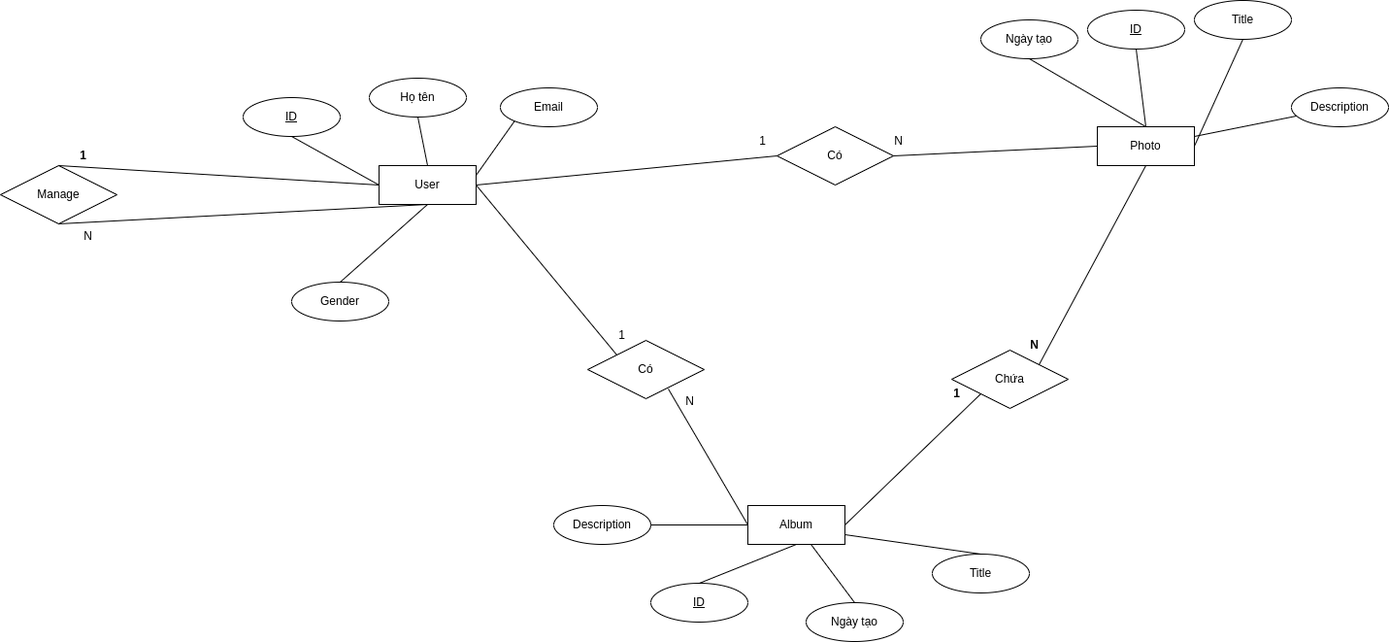
tanducCS/Foto_book keeps this draw.io diagram as ERD.png. Above is the earlier version. Source tidied: cells renumbered, new cells last; positions are measured from the earlier drawing's top-left corner, leaving out a move shared by most shapes.
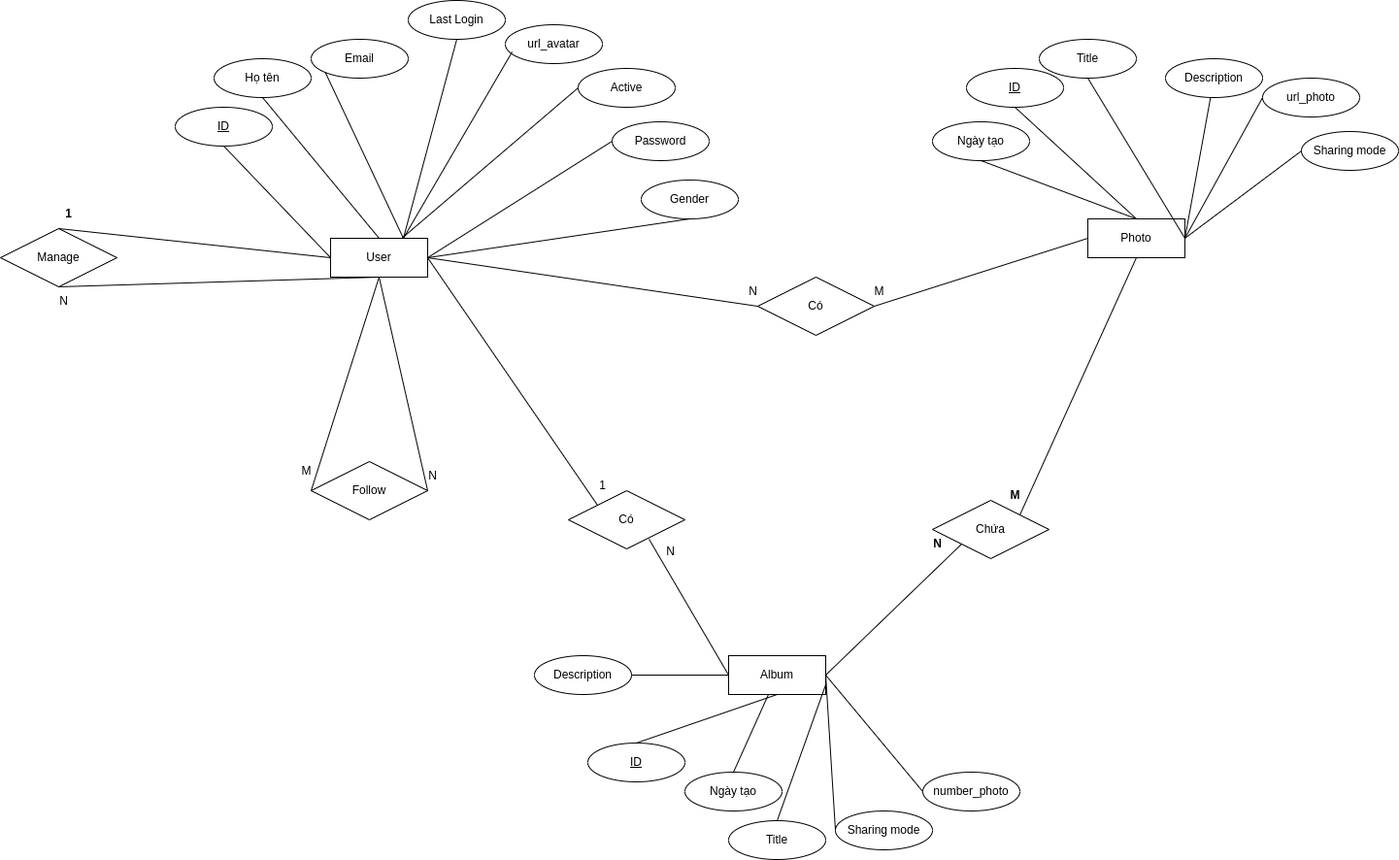
The same file after the commit.

The edit, as a diff of the source:
```diff
@@ -3,19 +3,19 @@
     <mxCell id="0" />
     <mxCell id="1" parent="0" />
     <mxCell id="2" value="&lt;u&gt;ID&lt;/u&gt;" style="ellipse;whiteSpace=wrap;html=1;align=center;" parent="1" vertex="1">
-      <mxGeometry x="250" y="100" width="100" height="40" as="geometry" />
+      <mxGeometry x="200" y="-45" width="100" height="40" as="geometry" />
     </mxCell>
     <mxCell id="3" value="User" style="whiteSpace=wrap;html=1;align=center;" parent="1" vertex="1">
-      <mxGeometry x="390" y="170" width="100" height="40" as="geometry" />
+      <mxGeometry x="360" y="90" width="100" height="40" as="geometry" />
     </mxCell>
     <mxCell id="4" value="Photo" style="whiteSpace=wrap;html=1;align=center;" parent="1" vertex="1">
-      <mxGeometry x="1130" y="130" width="100" height="40" as="geometry" />
+      <mxGeometry x="1140" y="70" width="100" height="40" as="geometry" />
     </mxCell>
     <mxCell id="5" value="Album" style="whiteSpace=wrap;html=1;align=center;" parent="1" vertex="1">
       <mxGeometry x="770" y="520" width="100" height="40" as="geometry" />
     </mxCell>
     <mxCell id="6" value="Họ tên" style="ellipse;whiteSpace=wrap;html=1;align=center;" parent="1" vertex="1">
-      <mxGeometry x="380" y="80" width="100" height="40" as="geometry" />
+      <mxGeometry x="240" y="-95" width="100" height="40" as="geometry" />
     </mxCell>
     <mxCell id="7" value="Có" style="shape=rhombus;perimeter=rhombusPerimeter;whiteSpace=wrap;html=1;align=center;" parent="1" vertex="1">
       <mxGeometry x="800" y="130" width="120" height="60" as="geometry" />
@@ -50,20 +50,20 @@
     <mxCell id="17" value="N" style="text;html=1;align=center;verticalAlign=middle;strokeColor=none;fillColor=none;" parent="1" vertex="1">
       <mxGeometry x="695" y="398" width="30" height="30" as="geometry" />
     </mxCell>
-    <mxCell id="18" value="1" style="text;html=1;align=center;verticalAlign=middle;strokeColor=none;fillColor=none;fontStyle=1;" parent="1" vertex="1">
+    <mxCell id="18" value="N" style="text;html=1;align=center;verticalAlign=middle;strokeColor=none;fillColor=none;fontStyle=1;" parent="1" vertex="1">
       <mxGeometry x="970" y="390" width="30" height="30" as="geometry" />
     </mxCell>
-    <mxCell id="19" value="1" style="text;html=1;align=center;verticalAlign=middle;strokeColor=none;fillColor=none;" parent="1" vertex="1">
-      <mxGeometry x="770" y="130" width="30" height="30" as="geometry" />
+    <mxCell id="19" value="M" style="text;html=1;align=center;verticalAlign=middle;strokeColor=none;fillColor=none;" parent="1" vertex="1">
+      <mxGeometry x="910" y="130" width="30" height="30" as="geometry" />
     </mxCell>
-    <mxCell id="20" value="N" style="text;html=1;align=center;verticalAlign=middle;strokeColor=none;fillColor=none;fontStyle=1;" parent="1" vertex="1">
+    <mxCell id="20" value="M" style="text;html=1;align=center;verticalAlign=middle;strokeColor=none;fillColor=none;fontStyle=1;" parent="1" vertex="1">
       <mxGeometry x="1050" y="340" width="30" height="30" as="geometry" />
     </mxCell>
     <mxCell id="21" value="N" style="text;html=1;align=center;verticalAlign=middle;strokeColor=none;fillColor=none;" parent="1" vertex="1">
-      <mxGeometry x="910" y="130" width="30" height="30" as="geometry" />
+      <mxGeometry x="780" y="130" width="30" height="30" as="geometry" />
     </mxCell>
     <mxCell id="22" value="Email" style="ellipse;whiteSpace=wrap;html=1;align=center;" parent="1" vertex="1">
-      <mxGeometry x="515" y="90" width="100" height="40" as="geometry" />
+      <mxGeometry x="340" y="-115" width="100" height="40" as="geometry" />
     </mxCell>
     <mxCell id="23" style="endArrow=none;html=1;rounded=0;exitX=0.5;exitY=1;exitDx=0;exitDy=0;entryX=0;entryY=0.5;entryDx=0;entryDy=0;" parent="1" edge="1" source="2" target="3">
       <mxGeometry relative="1" as="geometry" />
@@ -71,14 +71,14 @@
     <mxCell id="24" style="endArrow=none;html=1;rounded=0;exitX=0.5;exitY=1;exitDx=0;exitDy=0;entryX=0.5;entryY=0;entryDx=0;entryDy=0;" parent="1" edge="1" source="6" target="3">
       <mxGeometry relative="1" as="geometry" />
     </mxCell>
-    <mxCell id="25" style="endArrow=none;html=1;rounded=0;exitX=0;exitY=1;exitDx=0;exitDy=0;entryX=1;entryY=0.25;entryDx=0;entryDy=0;" parent="1" edge="1" source="22" target="3">
+    <mxCell id="25" style="endArrow=none;html=1;rounded=0;exitX=0;exitY=1;exitDx=0;exitDy=0;entryX=0.75;entryY=0;entryDx=0;entryDy=0;" parent="1" edge="1" source="22" target="3">
       <mxGeometry relative="1" as="geometry" />
     </mxCell>
     <mxCell id="26" value="&lt;u&gt;ID&lt;/u&gt;" style="ellipse;whiteSpace=wrap;html=1;align=center;" parent="1" vertex="1">
-      <mxGeometry x="1120" y="10" width="100" height="40" as="geometry" />
+      <mxGeometry x="1015" y="-85" width="100" height="40" as="geometry" />
     </mxCell>
     <mxCell id="27" value="&lt;u&gt;ID&lt;/u&gt;" style="ellipse;whiteSpace=wrap;html=1;align=center;" parent="1" vertex="1">
-      <mxGeometry x="670" y="600" width="100" height="40" as="geometry" />
+      <mxGeometry x="625" y="610" width="100" height="40" as="geometry" />
     </mxCell>
     <mxCell id="28" style="endArrow=none;html=1;rounded=0;exitX=0.5;exitY=0;exitDx=0;exitDy=0;entryX=0.5;entryY=1;entryDx=0;entryDy=0;" parent="1" edge="1" source="27" target="5">
       <mxGeometry relative="1" as="geometry" />
@@ -87,7 +87,7 @@
       <mxGeometry relative="1" as="geometry" />
     </mxCell>
     <mxCell id="30" value="Manage" style="shape=rhombus;perimeter=rhombusPerimeter;whiteSpace=wrap;html=1;align=center;" parent="1" vertex="1">
-      <mxGeometry y="170" width="120" height="60" as="geometry" />
+      <mxGeometry x="20" y="80" width="120" height="60" as="geometry" />
     </mxCell>
     <mxCell id="31" style="endArrow=none;html=1;rounded=0;exitX=0;exitY=0.5;exitDx=0;exitDy=0;entryX=0.5;entryY=0;entryDx=0;entryDy=0;" parent="1" edge="1" source="3" target="30">
       <mxGeometry relative="1" as="geometry" />
@@ -96,13 +96,13 @@
       <mxGeometry relative="1" as="geometry" />
     </mxCell>
     <mxCell id="33" value="1" style="text;html=1;align=center;verticalAlign=middle;strokeColor=none;fillColor=none;fontStyle=1;" parent="1" vertex="1">
-      <mxGeometry x="70" y="145" width="30" height="30" as="geometry" />
+      <mxGeometry x="75" y="50" width="30" height="30" as="geometry" />
     </mxCell>
     <mxCell id="34" value="Ngày tạo" style="ellipse;whiteSpace=wrap;html=1;align=center;" parent="1" vertex="1">
-      <mxGeometry x="1010" y="20" width="100" height="40" as="geometry" />
+      <mxGeometry x="980" y="-30" width="100" height="40" as="geometry" />
     </mxCell>
     <mxCell id="35" value="Ngày tạo" style="ellipse;whiteSpace=wrap;html=1;align=center;" parent="1" vertex="1">
-      <mxGeometry x="830" y="620" width="100" height="40" as="geometry" />
+      <mxGeometry x="725" y="640" width="100" height="40" as="geometry" />
     </mxCell>
     <mxCell id="36" style="endArrow=none;html=1;rounded=0;exitX=0.5;exitY=0;exitDx=0;exitDy=0;" parent="1" edge="1" source="35" target="5">
       <mxGeometry relative="1" as="geometry" />
@@ -111,16 +111,16 @@
       <mxGeometry relative="1" as="geometry" />
     </mxCell>
     <mxCell id="38" value="Gender" style="ellipse;whiteSpace=wrap;html=1;align=center;" parent="1" vertex="1">
-      <mxGeometry x="300" y="290" width="100" height="40" as="geometry" />
+      <mxGeometry x="680" y="30" width="100" height="40" as="geometry" />
     </mxCell>
-    <mxCell id="39" style="endArrow=none;html=1;rounded=0;exitX=0.5;exitY=0;exitDx=0;exitDy=0;entryX=0.5;entryY=1;entryDx=0;entryDy=0;" parent="1" edge="1" source="38" target="3">
+    <mxCell id="39" style="endArrow=none;html=1;rounded=0;exitX=0.5;exitY=1;exitDx=0;exitDy=0;entryX=1;entryY=0.5;entryDx=0;entryDy=0;" parent="1" edge="1" source="38" target="3">
       <mxGeometry relative="1" as="geometry" />
     </mxCell>
     <mxCell id="40" value="Title" style="ellipse;whiteSpace=wrap;html=1;align=center;" parent="1" vertex="1">
-      <mxGeometry x="960" y="570" width="100" height="40" as="geometry" />
+      <mxGeometry x="770" y="690" width="100" height="40" as="geometry" />
     </mxCell>
     <mxCell id="41" value="Title" style="ellipse;whiteSpace=wrap;html=1;align=center;" parent="1" vertex="1">
-      <mxGeometry x="1230" width="100" height="40" as="geometry" />
+      <mxGeometry x="1090" y="-115" width="100" height="40" as="geometry" />
     </mxCell>
     <mxCell id="42" style="endArrow=none;html=1;rounded=0;exitX=1;exitY=0.75;exitDx=0;exitDy=0;entryX=0.5;entryY=0;entryDx=0;entryDy=0;" parent="1" edge="1" source="5" target="40">
       <mxGeometry relative="1" as="geometry" />
@@ -129,7 +129,7 @@
       <mxGeometry relative="1" as="geometry" />
     </mxCell>
     <mxCell id="44" value="Description" style="ellipse;whiteSpace=wrap;html=1;align=center;" parent="1" vertex="1">
-      <mxGeometry x="1330" y="90" width="100" height="40" as="geometry" />
+      <mxGeometry x="1220" y="-95" width="100" height="40" as="geometry" />
     </mxCell>
     <mxCell id="45" value="Description" style="ellipse;whiteSpace=wrap;html=1;align=center;" parent="1" vertex="1">
       <mxGeometry x="570" y="520" width="100" height="40" as="geometry" />
@@ -137,11 +137,76 @@
     <mxCell id="46" style="endArrow=none;html=1;rounded=0;exitX=1;exitY=0.5;exitDx=0;exitDy=0;entryX=0;entryY=0.5;entryDx=0;entryDy=0;" parent="1" edge="1" source="45" target="5">
       <mxGeometry relative="1" as="geometry" />
     </mxCell>
-    <mxCell id="47" style="endArrow=none;html=1;rounded=0;" parent="1" edge="1" source="4" target="44">
+    <mxCell id="47" style="endArrow=none;html=1;rounded=0;exitX=1;exitY=0.5;exitDx=0;exitDy=0;" parent="1" edge="1" source="4" target="44">
       <mxGeometry relative="1" as="geometry" />
     </mxCell>
     <mxCell id="48" value="N" style="text;html=1;align=center;verticalAlign=middle;strokeColor=none;fillColor=none;" parent="1" vertex="1">
-      <mxGeometry x="75" y="228" width="30" height="30" as="geometry" />
+      <mxGeometry x="70" y="140" width="30" height="30" as="geometry" />
     </mxCell>
+    <mxCell id="49" value="Last Login" style="ellipse;whiteSpace=wrap;html=1;align=center;" parent="1" vertex="1">
+      <mxGeometry x="440" y="-155" width="100" height="40" as="geometry" />
+    </mxCell>
+    <mxCell id="50" style="endArrow=none;html=1;rounded=0;exitX=0.5;exitY=1;exitDx=0;exitDy=0;entryX=0.75;entryY=0;entryDx=0;entryDy=0;" parent="1" edge="1" source="49" target="3">
+      <mxGeometry relative="1" as="geometry" />
+    </mxCell>
+    <mxCell id="51" value="url_avatar" style="ellipse;whiteSpace=wrap;html=1;align=center;" parent="1" vertex="1">
+      <mxGeometry x="540" y="-130" width="100" height="40" as="geometry" />
+    </mxCell>
+    <mxCell id="52" style="endArrow=none;html=1;rounded=0;exitX=0.07;exitY=0.7;exitDx=0;exitDy=0;exitPerimeter=0;entryX=0.75;entryY=0;entryDx=0;entryDy=0;" parent="1" edge="1" source="51" target="3">
+      <mxGeometry relative="1" as="geometry" />
+    </mxCell>
+    <mxCell id="53" value="url_photo" style="ellipse;whiteSpace=wrap;html=1;align=center;" parent="1" vertex="1">
+      <mxGeometry x="1320" y="-75" width="100" height="40" as="geometry" />
+    </mxCell>
+    <mxCell id="54" style="endArrow=none;html=1;rounded=0;entryX=0;entryY=0.5;entryDx=0;entryDy=0;exitX=1;exitY=0.5;exitDx=0;exitDy=0;" parent="1" edge="1" source="4" target="53">
+      <mxGeometry relative="1" as="geometry" />
+    </mxCell>
+    <mxCell id="55" value="Follow" style="shape=rhombus;perimeter=rhombusPerimeter;whiteSpace=wrap;html=1;align=center;" parent="1" vertex="1">
+      <mxGeometry x="340" y="320" width="120" height="60" as="geometry" />
+    </mxCell>
+    <mxCell id="56" value="N" style="text;html=1;align=center;verticalAlign=middle;strokeColor=none;fillColor=none;" parent="1" vertex="1">
+      <mxGeometry x="450" y="320" width="30" height="30" as="geometry" />
+    </mxCell>
+    <mxCell id="57" style="endArrow=none;html=1;rounded=0;exitX=0.5;exitY=1;exitDx=0;exitDy=0;entryX=0;entryY=0.5;entryDx=0;entryDy=0;" parent="1" edge="1" source="3" target="55">
+      <mxGeometry relative="1" as="geometry" />
+    </mxCell>
+    <mxCell id="58" style="endArrow=none;html=1;rounded=0;entryX=1;entryY=0.5;entryDx=0;entryDy=0;" parent="1" edge="1" target="55">
+      <mxGeometry relative="1" as="geometry">
+        <mxPoint x="410" y="130" as="sourcePoint" />
+      </mxGeometry>
+    </mxCell>
+    <mxCell id="59" value="M" style="text;html=1;align=center;verticalAlign=middle;strokeColor=none;fillColor=none;" parent="1" vertex="1">
+      <mxGeometry x="320" y="315" width="30" height="30" as="geometry" />
+    </mxCell>
+    <mxCell id="60" value="Active" style="ellipse;whiteSpace=wrap;html=1;align=center;" parent="1" vertex="1">
+      <mxGeometry x="615" y="-85" width="100" height="40" as="geometry" />
+    </mxCell>
+    <mxCell id="61" style="endArrow=none;html=1;rounded=0;entryX=0;entryY=0.5;entryDx=0;entryDy=0;" parent="1" edge="1" source="3" target="60">
+      <mxGeometry relative="1" as="geometry" />
+    </mxCell>
+    <mxCell id="62" value="Sharing mode" style="ellipse;whiteSpace=wrap;html=1;align=center;" parent="1" vertex="1">
+      <mxGeometry x="1360" y="-20" width="100" height="40" as="geometry" />
+    </mxCell>
+    <mxCell id="63" style="endArrow=none;html=1;rounded=0;exitX=1;exitY=0.5;exitDx=0;exitDy=0;entryX=0;entryY=0.5;entryDx=0;entryDy=0;" parent="1" edge="1" source="4" target="62">
+      <mxGeometry relative="1" as="geometry" />
+    </mxCell>
+    <mxCell id="64" value="Sharing mode" style="ellipse;whiteSpace=wrap;html=1;align=center;" parent="1" vertex="1">
+      <mxGeometry x="880" y="680" width="100" height="40" as="geometry" />
+    </mxCell>
+    <mxCell id="65" style="endArrow=none;html=1;rounded=0;exitX=1;exitY=0.5;exitDx=0;exitDy=0;entryX=0;entryY=0.5;entryDx=0;entryDy=0;" parent="1" edge="1" source="5" target="64">
+      <mxGeometry relative="1" as="geometry" />
+    </mxCell>
+    <mxCell id="66" value="Password" style="ellipse;whiteSpace=wrap;html=1;align=center;" parent="1" vertex="1">
+      <mxGeometry x="650" y="-30" width="100" height="40" as="geometry" />
+    </mxCell>
+    <mxCell id="67" style="endArrow=none;html=1;rounded=0;exitX=1;exitY=0.5;exitDx=0;exitDy=0;entryX=0;entryY=0.5;entryDx=0;entryDy=0;" parent="1" edge="1" source="3" target="66">
+      <mxGeometry relative="1" as="geometry" />
+    </mxCell>
+    <mxCell id="68" value="number_photo" style="ellipse;whiteSpace=wrap;html=1;align=center;" parent="1" vertex="1">
+      <mxGeometry x="970" y="640" width="100" height="40" as="geometry" />
+    </mxCell>
+    <mxCell id="69" style="endArrow=none;html=1;rounded=0;exitX=1;exitY=0.5;exitDx=0;exitDy=0;entryX=0;entryY=0.5;entryDx=0;entryDy=0;" parent="1" edge="1" source="5" target="68">
+      <mxGeometry relative="1" as="geometry" />
+    </mxCell>
   </root>
 </mxGraphModel>
```
